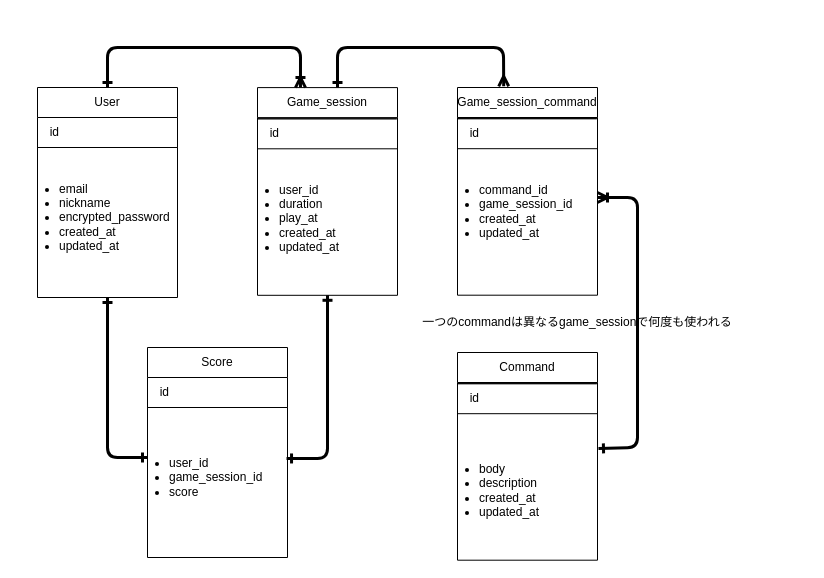
The draw.io diagram design/ER_plan.drawio in morimori-mochimochi/command_shooting_app, before the edit. Source tidied: cells renumbered, new cells numbered last; positions are measured from the earlier drawing's top-left corner, leaving out a move shared by most shapes. Both pictures are drawn from the tidied source at 100%, with x=0, y=0 at pixel (17, 47).
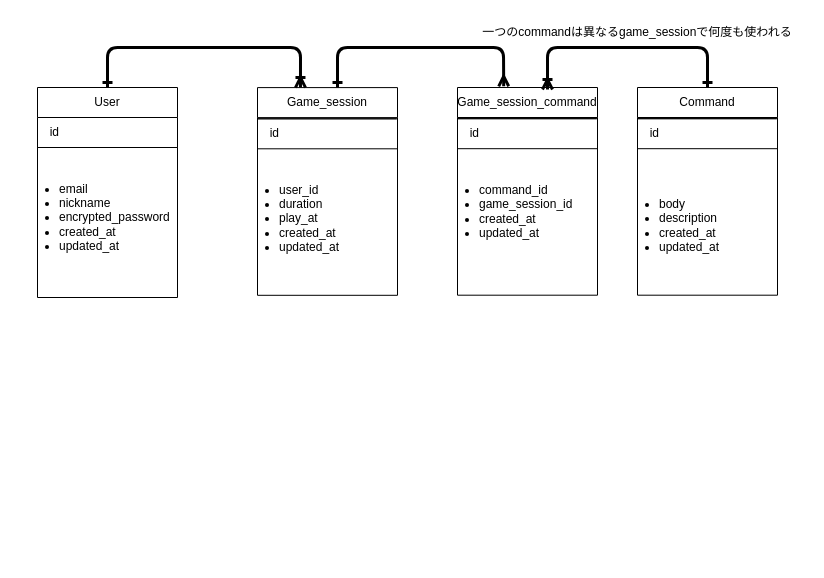
The same page after the edit.

Unchanged cells that the change refers to:
```xml
<mxCell id="7" style="swimlane;startSize=0;" parent="3" vertex="1">
  <mxGeometry y="31.2" width="140" height="176.5" as="geometry" />
</mxCell>
<mxCell id="12" style="swimlane;startSize=0;" parent="9" vertex="1">
  <mxGeometry y="60" width="140" height="150" as="geometry" />
</mxCell>
<mxCell id="35" value="Command" style="swimlane;fontStyle=0;horizontal=1;startSize=30;whiteSpace=wrap;html=1;" parent="34" vertex="1">
  <mxGeometry width="140" height="61.2" as="geometry" />
</mxCell>
<mxCell id="37" style="swimlane;startSize=0;" parent="34" vertex="1">
  <mxGeometry y="31.2" width="140" height="176.5" as="geometry" />
</mxCell>
```

Diff of the diagram source:
```diff
@@
-    <mxCell id="16" style="endArrow=ERone;html=1;strokeWidth=3;endFill=0;startArrow=ERone;startFill=0;entryX=0.994;entryY=0.364;entryDx=0;entryDy=0;entryPerimeter=0;exitX=0.5;exitY=1;exitDx=0;exitDy=0;" parent="1" edge="1" source="7" target="21">
-      <mxGeometry relative="1" as="geometry">
-        <Array as="points">
-          <mxPoint x="310" y="300" />
-          <mxPoint x="310" y="411" />
-        </Array>
-      </mxGeometry>
-    </mxCell>
-    <mxCell id="17" style="group;" parent="1" vertex="1">
-      <mxGeometry x="130" y="300" width="140" height="210" as="geometry" />
-    </mxCell>
-    <mxCell id="18" value="Score" style="swimlane;fontStyle=0;horizontal=1;startSize=30;whiteSpace=wrap;html=1;" parent="17" vertex="1">
-      <mxGeometry width="140" height="60" as="geometry" />
-    </mxCell>
-    <mxCell id="19" style="endArrow=none;html=1;exitX=0.021;exitY=0.133;exitDx=0;exitDy=0;exitPerimeter=0;entryX=0.993;entryY=0;entryDx=0;entryDy=0;entryPerimeter=0;" parent="17" edge="1" target="20">
-      <mxGeometry relative="1" as="geometry">
-        <mxPoint y="60" as="sourcePoint" />
-      </mxGeometry>
-    </mxCell>
-    <mxCell id="20" style="swimlane;startSize=0;" parent="17" vertex="1">
-      <mxGeometry y="60" width="140" height="150" as="geometry" />
-    </mxCell>
-    <mxCell id="21" value="&lt;ul&gt;&lt;li&gt;user_id&lt;/li&gt;&lt;li&gt;game_session_id&lt;/li&gt;&lt;li&gt;score&lt;/li&gt;&lt;/ul&gt;" style="text;strokeColor=none;fillColor=none;html=1;whiteSpace=wrap;verticalAlign=middle;overflow=hidden;" parent="20" vertex="1">
-      <mxGeometry x="-20" width="160" height="140" as="geometry" />
-    </mxCell>
-    <mxCell id="22" value="&amp;nbsp; id" style="text;strokeColor=none;fillColor=none;align=left;verticalAlign=middle;spacingLeft=4;spacingRight=4;overflow=hidden;whiteSpace=wrap;html=1;" parent="17" vertex="1">
-      <mxGeometry y="30" width="140" height="30" as="geometry" />
-    </mxCell>
-    <mxCell id="23" style="edgeStyle=none;html=1;exitX=0.5;exitY=1;exitDx=0;exitDy=0;strokeWidth=3;startArrow=ERone;startFill=0;endArrow=ERone;endFill=0;" parent="1" edge="1" source="12">
-      <mxGeometry relative="1" as="geometry">
-        <mxPoint x="130" y="410" as="targetPoint" />
-        <Array as="points">
-          <mxPoint x="90" y="410" />
-        </Array>
-      </mxGeometry>
-    </mxCell>
@@
     <mxCell id="31" value="一つのcommandは異なるgame_sessionで何度も使われる" style="text;html=1;align=center;verticalAlign=middle;whiteSpace=wrap;rounded=0;" parent="1" vertex="1">
-      <mxGeometry x="390" y="260" width="340" height="30" as="geometry" />
+      <mxGeometry x="450" y="-30" width="340" height="30" as="geometry" />
     </mxCell>
-    <mxCell id="32" style="endArrow=ERoneToMany;html=1;strokeWidth=3;endFill=0;startArrow=ERone;startFill=0;exitX=1.007;exitY=0.367;exitDx=0;exitDy=0;exitPerimeter=0;" parent="1" edge="1" source="37">
+    <mxCell id="32" style="endArrow=ERoneToMany;html=1;strokeWidth=3;endFill=0;startArrow=ERone;startFill=0;exitX=0.5;exitY=0;exitDx=0;exitDy=0;" parent="1" edge="1" source="35">
       <mxGeometry relative="1" as="geometry">
-        <mxPoint x="580" y="150" as="targetPoint" />
+        <mxPoint x="530" y="42" as="targetPoint" />
         <Array as="points">
-          <mxPoint x="620" y="400" />
-          <mxPoint x="620" y="150" />
+          <mxPoint x="690" />
+          <mxPoint x="530" />
         </Array>
       </mxGeometry>
     </mxCell>
+    <mxCell id="39" style="group;" parent="1" vertex="1">
+      <mxGeometry x="600" y="40" width="160" height="207.7" as="geometry" />
+    </mxCell>
-    <mxCell id="33" value="&lt;ul&gt;&lt;li&gt;body&lt;/li&gt;&lt;li&gt;description&lt;/li&gt;&lt;li&gt;created_at&lt;/li&gt;&lt;li&gt;updated_at&lt;/li&gt;&lt;/ul&gt;" style="text;strokeColor=none;fillColor=none;html=1;whiteSpace=wrap;verticalAlign=middle;overflow=hidden;" parent="1" vertex="1">
-      <mxGeometry x="420" y="380" width="140" height="126.5" as="geometry" />
+    <mxCell id="33" value="&lt;ul&gt;&lt;li&gt;body&lt;/li&gt;&lt;li&gt;description&lt;/li&gt;&lt;li&gt;created_at&lt;/li&gt;&lt;li&gt;updated_at&lt;/li&gt;&lt;/ul&gt;" style="text;strokeColor=none;fillColor=none;html=1;whiteSpace=wrap;verticalAlign=middle;overflow=hidden;" parent="39" vertex="1">
+      <mxGeometry y="75" width="140" height="126.5" as="geometry" />
     </mxCell>
-    <mxCell id="34" style="group;" parent="1" vertex="1">
-      <mxGeometry x="440" y="305" width="140" height="207.7" as="geometry" />
+    <mxCell id="34" style="group;" parent="39" vertex="1">
+      <mxGeometry x="20" width="140" height="207.7" as="geometry" />
     </mxCell>
```
